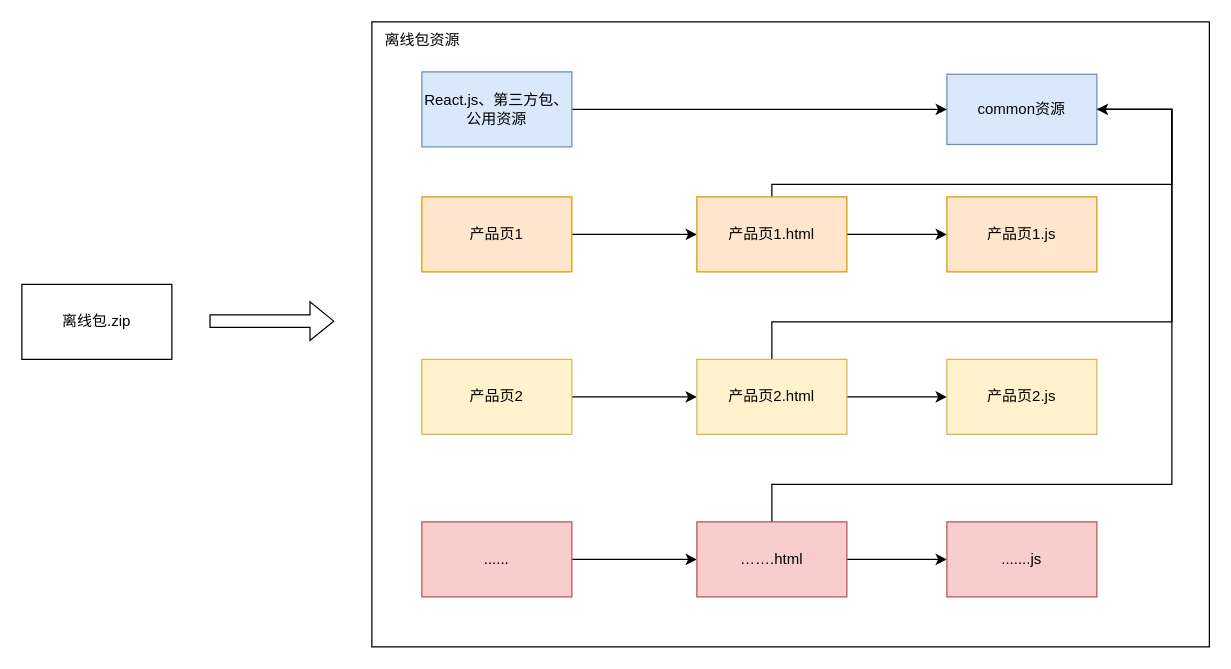
Before: page "第 3 页" (3 of 8) of useVerify/未命名绘图.drawio in RexYao97/sfrex, a draw.io diagram. Source tidied: cells renumbered, new cells numbered last; positions are measured from the earlier drawing's top-left corner, leaving out a move shared by most shapes. Both pictures are drawn from the tidied source at 125%, with x=0, y=0 at pixel (21, 21).
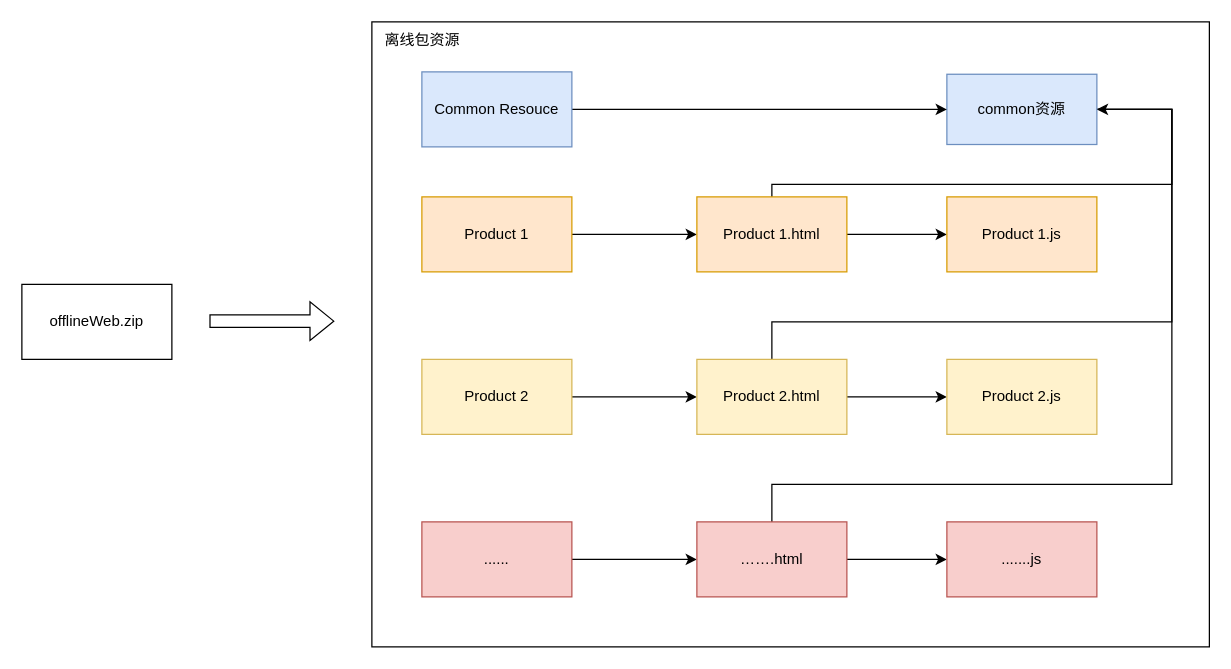
The same diagram, later.

What changed in the source:
```diff
@@
-    <mxCell id="4" value="产品页1" style="rounded=0;whiteSpace=wrap;html=1;fillColor=#ffe6cc;strokeColor=#d79b00;" parent="1" vertex="1">
+    <mxCell id="4" value="Product 1" style="rounded=0;whiteSpace=wrap;html=1;fillColor=#ffe6cc;strokeColor=#d79b00;" parent="1" vertex="1">
       <mxGeometry x="320" y="140" width="120" height="60" as="geometry" />
     </mxCell>
@@
-    <mxCell id="6" value="产品页2" style="rounded=0;whiteSpace=wrap;html=1;fillColor=#fff2cc;strokeColor=#d6b656;" parent="1" vertex="1">
+    <mxCell id="6" value="Product 2" style="rounded=0;whiteSpace=wrap;html=1;fillColor=#fff2cc;strokeColor=#d6b656;" parent="1" vertex="1">
       <mxGeometry x="320" y="270" width="120" height="60" as="geometry" />
     </mxCell>
@@
-    <mxCell id="11" value="产品页1.html" style="rounded=0;whiteSpace=wrap;html=1;fillColor=#ffe6cc;strokeColor=#d79b00;" parent="1" vertex="1">
+    <mxCell id="11" value="Product 1.html" style="rounded=0;whiteSpace=wrap;html=1;fillColor=#ffe6cc;strokeColor=#d79b00;" parent="1" vertex="1">
       <mxGeometry x="540" y="140" width="120" height="60" as="geometry" />
     </mxCell>
@@
-    <mxCell id="14" value="产品页2.html" style="rounded=0;whiteSpace=wrap;html=1;fillColor=#fff2cc;strokeColor=#d6b656;" parent="1" vertex="1">
+    <mxCell id="14" value="Product 2.html" style="rounded=0;whiteSpace=wrap;html=1;fillColor=#fff2cc;strokeColor=#d6b656;" parent="1" vertex="1">
       <mxGeometry x="540" y="270" width="120" height="60" as="geometry" />
     </mxCell>
@@
-    <mxCell id="20" value="React.js、第三方包、公用资源" style="rounded=0;whiteSpace=wrap;html=1;fillColor=#dae8fc;strokeColor=#6c8ebf;" parent="1" vertex="1">
+    <mxCell id="20" value="Common Resouce" style="rounded=0;whiteSpace=wrap;html=1;fillColor=#dae8fc;strokeColor=#6c8ebf;" parent="1" vertex="1">
       <mxGeometry x="320" y="40" width="120" height="60" as="geometry" />
     </mxCell>
-    <mxCell id="21" value="产品页1.js" style="rounded=0;whiteSpace=wrap;html=1;fillColor=#ffe6cc;strokeColor=#d79b00;" parent="1" vertex="1">
+    <mxCell id="21" value="Product 1.js" style="rounded=0;whiteSpace=wrap;html=1;fillColor=#ffe6cc;strokeColor=#d79b00;" parent="1" vertex="1">
       <mxGeometry x="740" y="140" width="120" height="60" as="geometry" />
     </mxCell>
-    <mxCell id="22" value="产品页2.js" style="rounded=0;whiteSpace=wrap;html=1;fillColor=#fff2cc;strokeColor=#d6b656;" parent="1" vertex="1">
+    <mxCell id="22" value="Product 2.js" style="rounded=0;whiteSpace=wrap;html=1;fillColor=#fff2cc;strokeColor=#d6b656;" parent="1" vertex="1">
       <mxGeometry x="740" y="270" width="120" height="60" as="geometry" />
     </mxCell>
@@
-    <mxCell id="26" value="离线包.zip" style="rounded=0;whiteSpace=wrap;html=1;" parent="1" vertex="1">
+    <mxCell id="26" value="offlineWeb.zip" style="rounded=0;whiteSpace=wrap;html=1;" parent="1" vertex="1">
       <mxGeometry y="210" width="120" height="60" as="geometry" />
     </mxCell>
```
